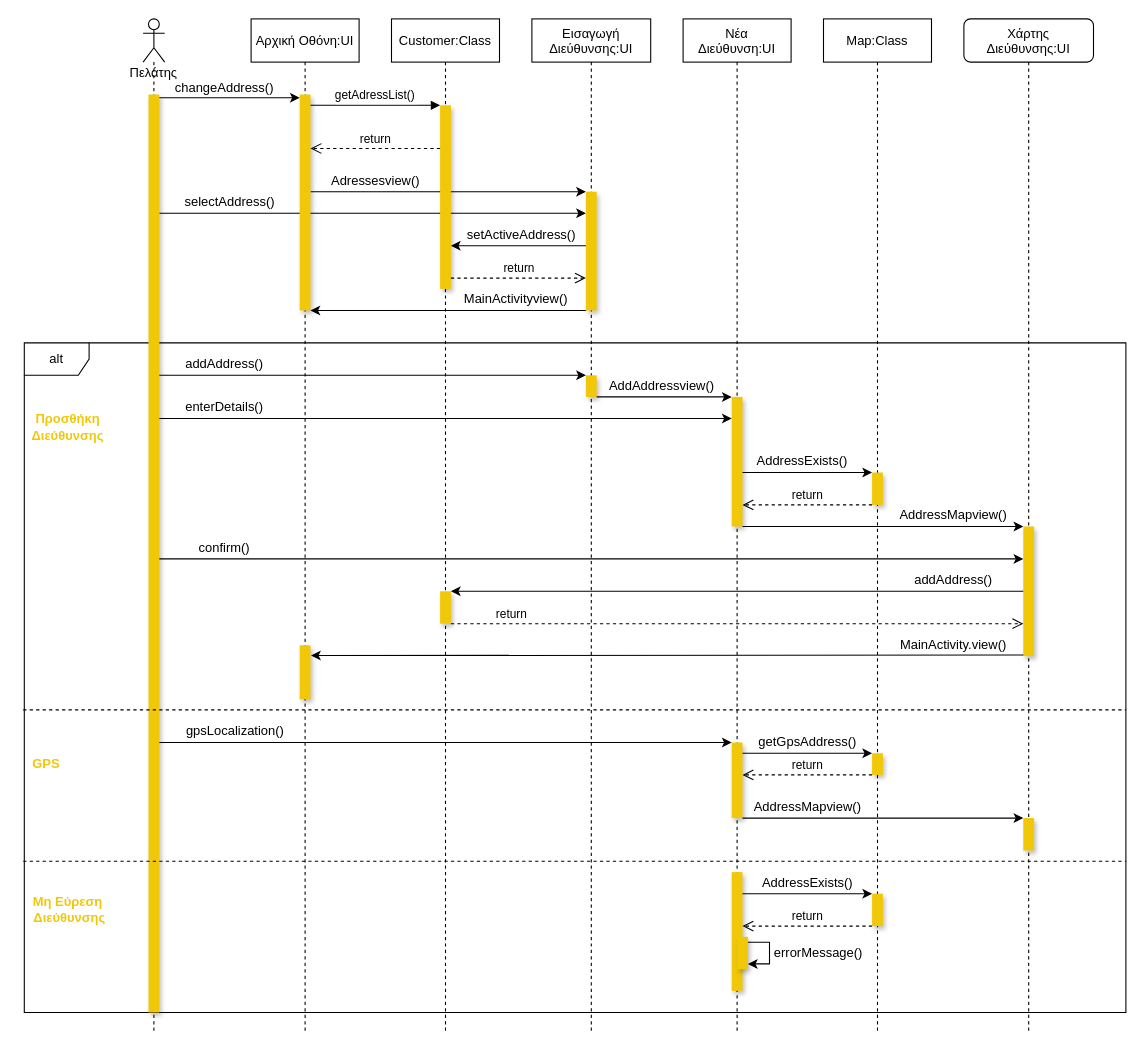
Earlier version of the draw.io diagram docs/contributions/itsikelis/Phase 5/Select Address Revamp/(New)sequence-v0.2-customer-select-address.drawio (iloudaros/nomnomr). Source tidied: cells renumbered, new cells numbered last; positions are measured from the earlier drawing's top-left corner, leaving out a move shared by most shapes. Both pictures are drawn from the tidied source at 108%, with x=0, y=0 at pixel (18, 18).
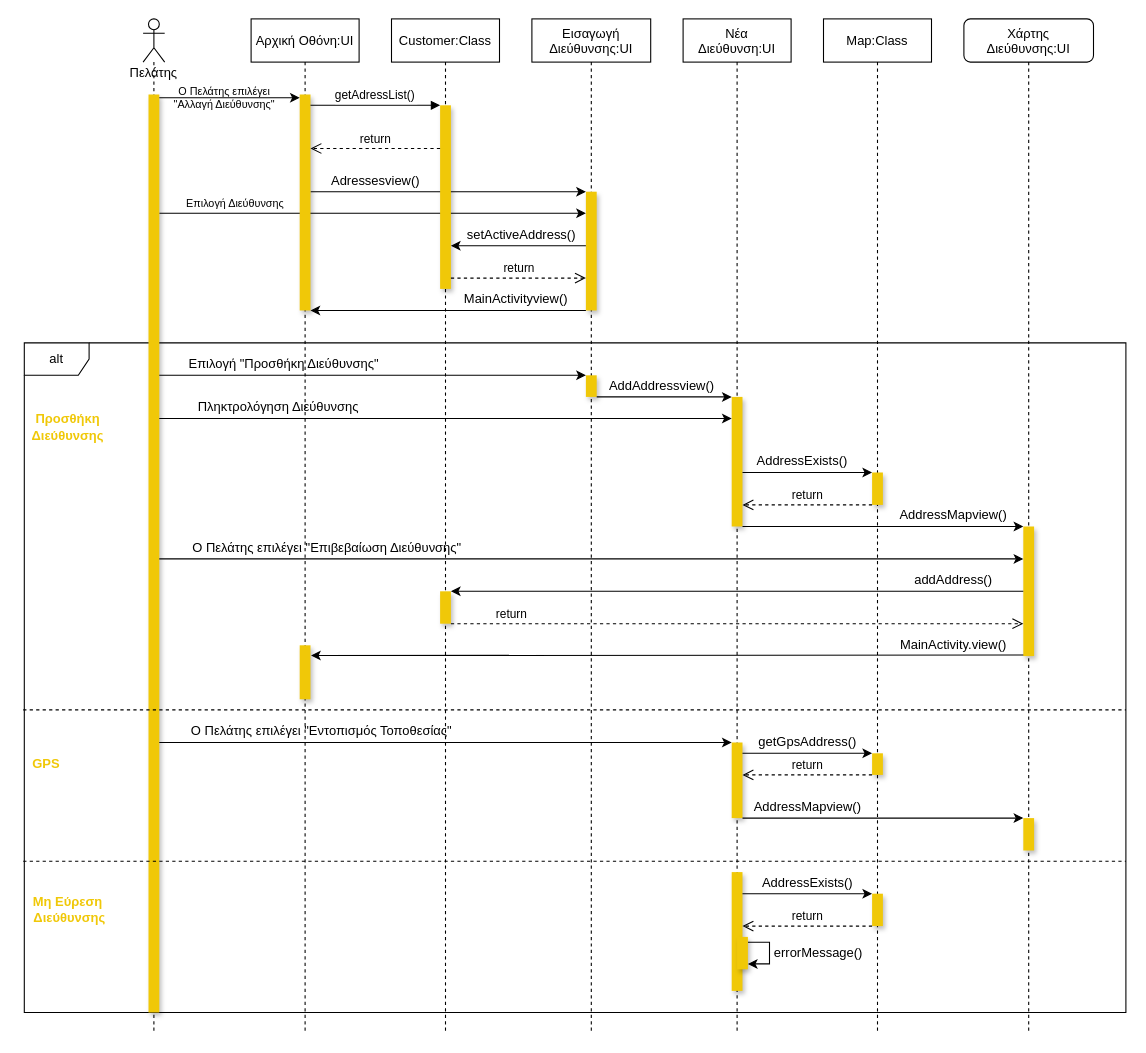
After the change.

Unchanged cells that the change refers to:
```xml
<mxCell id="2" style="edgeStyle=orthogonalEdgeStyle;rounded=0;jettySize=auto;html=1;" parent="1" edge="1" source="15" target="20">
  <mxGeometry relative="1" as="geometry">
    <Array as="points">
      <mxPoint x="425" y="180" />
      <mxPoint x="425" y="180" />
    </Array>
  </mxGeometry>
</mxCell>
<mxCell id="5" value="Αρχική Οθόνη:UI" style="shape=umlLifeline;perimeter=lifelinePerimeter;rounded=0;shadow=0;strokeWidth=1;" parent="1" vertex="1">
  <mxGeometry x="215" width="100" height="940" as="geometry" />
</mxCell>
```

Change to the diagram source:
```diff
@@
+    <mxCell id="74" value="Επιλογή Διεύθυνσης" style="edgeLabel;html=1;align=center;verticalAlign=middle;fontSize=10;" parent="2" vertex="1">
+      <mxGeometry x="-0.73" y="1" relative="1" as="geometry">
+        <mxPoint x="16" y="-9" as="offset" />
+      </mxGeometry>
+    </mxCell>
@@
-    <mxCell id="7" value="selectAddress()" style="text;html=1;align=center;verticalAlign=middle;strokeColor=none;fillColor=none;" parent="5" vertex="1">
-      <mxGeometry x="-70" y="160" width="100" height="20" as="geometry" />
-    </mxCell>
@@
-    <mxCell id="17" value="changeAddress()" style="text;html=1;align=center;verticalAlign=middle;strokeColor=none;fillColor=none;" parent="1" vertex="1">
-      <mxGeometry x="135" y="54" width="110" height="20" as="geometry" />
-    </mxCell>
@@
-    <mxCell id="29" value="addAddress()" style="text;html=1;align=center;verticalAlign=middle;strokeColor=none;fillColor=none;" parent="1" vertex="1">
-      <mxGeometry x="145" y="310" width="90" height="20" as="geometry" />
+    <mxCell id="29" value="Επιλογή &quot;Προσθήκη Διεύθυνσης&quot;" style="text;html=1;align=center;verticalAlign=middle;strokeColor=none;fillColor=none;" parent="1" vertex="1">
+      <mxGeometry x="145" y="310" width="200" height="20" as="geometry" />
     </mxCell>
@@
-    <mxCell id="36" value="enterDetails()" style="text;html=1;align=center;verticalAlign=middle;strokeColor=none;fillColor=none;" parent="1" vertex="1">
-      <mxGeometry x="145" y="350" width="90" height="20" as="geometry" />
+    <mxCell id="36" value="Πληκτρολόγηση Διεύθυνσης" style="text;html=1;align=center;verticalAlign=middle;strokeColor=none;fillColor=none;" parent="1" vertex="1">
+      <mxGeometry x="150" y="350" width="180" height="20" as="geometry" />
     </mxCell>
@@
-    <mxCell id="50" value="confirm()" style="text;html=1;align=center;verticalAlign=middle;strokeColor=none;fillColor=none;" parent="1" vertex="1">
-      <mxGeometry x="160" y="480" width="60" height="20" as="geometry" />
+    <mxCell id="50" value="Ο Πελάτης επιλέγει &quot;Επιβεβαίωση Διεύθυνσης&quot;" style="text;html=1;align=center;verticalAlign=middle;strokeColor=none;fillColor=none;" parent="1" vertex="1">
+      <mxGeometry x="140" y="480" width="290" height="20" as="geometry" />
     </mxCell>
@@
-    <mxCell id="60" value="&lt;font color=&quot;#000000&quot;&gt;gpsLocalization()&lt;/font&gt;" style="text;html=1;align=center;verticalAlign=middle;strokeColor=none;fillColor=none;fontColor=#F0C808;" parent="1" vertex="1">
-      <mxGeometry x="145" y="650" width="110" height="20" as="geometry" />
+    <mxCell id="60" value="&lt;font color=&quot;#000000&quot;&gt;Ο Πελάτης επιλέγει &quot;Εντοπισμός Τοποθεσίας&quot;&lt;/font&gt;" style="text;html=1;align=center;verticalAlign=middle;strokeColor=none;fillColor=none;fontColor=#F0C808;" parent="1" vertex="1">
+      <mxGeometry x="140" y="650" width="280" height="20" as="geometry" />
     </mxCell>
@@
+    <mxCell id="75" value="Ο Πελάτης επιλέγει &lt;br style=&quot;font-size: 10px;&quot;&gt;&quot;Αλλαγή Διεύθυνσης&quot;" style="text;html=1;align=center;verticalAlign=middle;strokeColor=none;fillColor=none;fontSize=10;" parent="1" vertex="1">
+      <mxGeometry x="130" y="58" width="120" height="30" as="geometry" />
+    </mxCell>
```
